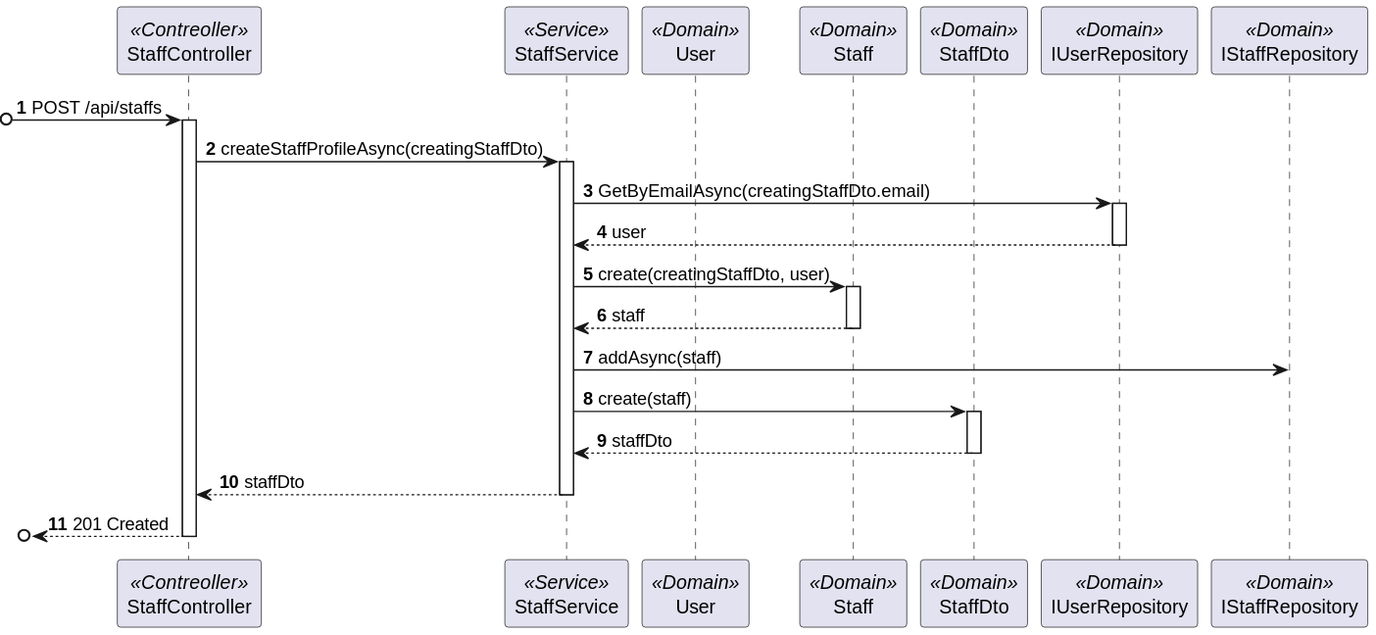
Before: docs/sprint-a/us-5.1.12/views/level3/process-view-2.svg, a diagram exported from PlantUML (1220846/sem5pi-24-25-3ddg20).
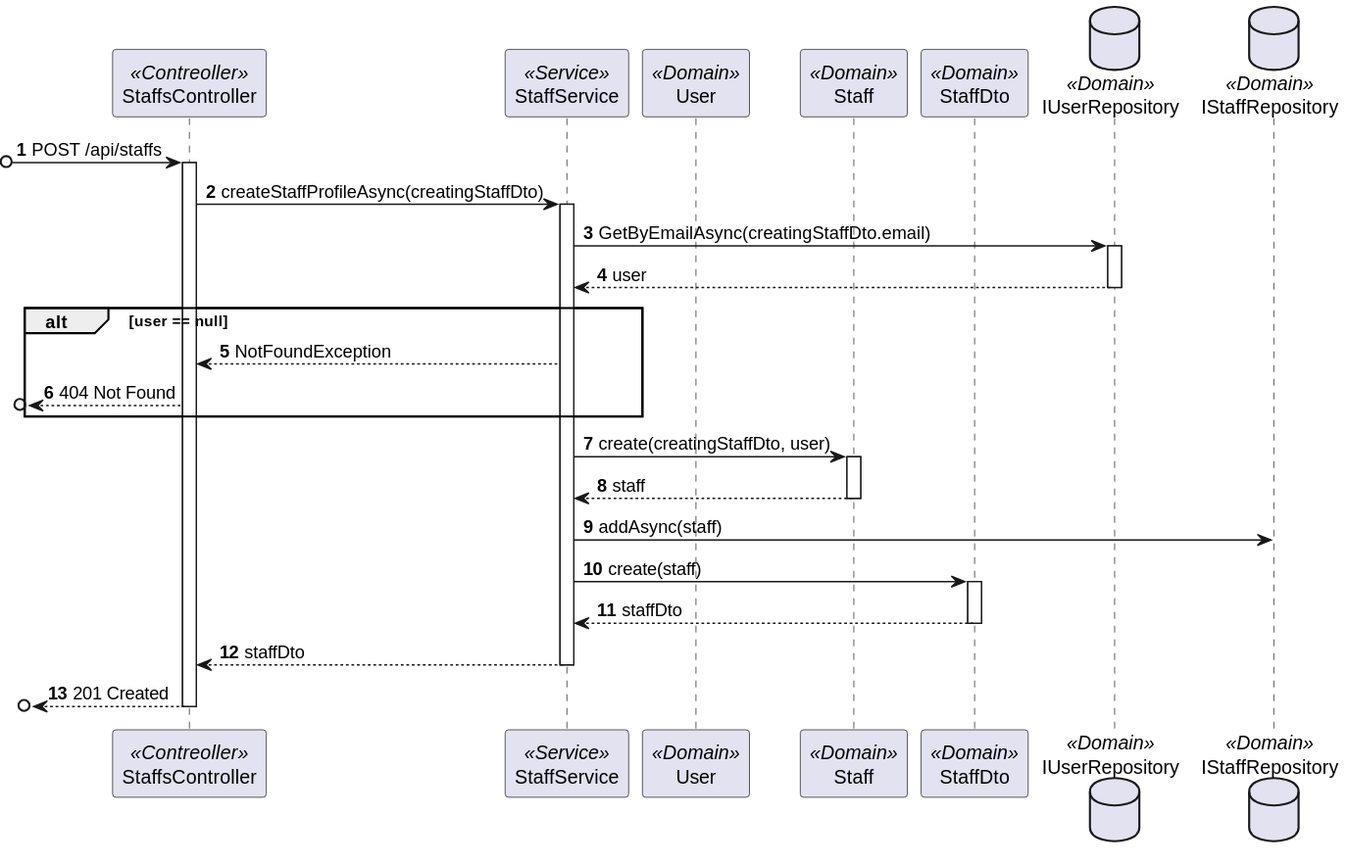
After the change.

Commit message:
#12 diagrams update (level 3)

What changed in the source:
```diff
@@ -1,13 +1,13 @@
 @startuml
 autonumber
 
-participant "StaffController" as Controller <<Contreoller>>
+participant "StaffsController" as Controller <<Contreoller>>
 participant "StaffService" as Service <<Service>>
 participant "User" as User <<Domain>>
 participant "Staff" as Staff <<Domain>>
 participant "StaffDto" as StaffDto <<Domain>>
-participant "IUserRepository" as UserRepository <<Domain>>
-participant "IStaffRepository" as StaffRepository <<Domain>>
+database "IUserRepository" as UserRepository <<Domain>>
+database "IStaffRepository" as StaffRepository <<Domain>>
 
 
 ?o-> Controller : POST /api/staffs
@@ -18,6 +18,10 @@
         activate UserRepository
             UserRepository --> Service : user
         deactivate UserRepository
+alt user == null
+        Service --> Controller : NotFoundException
+    ?o<-- Controller : 404 Not Found
+end alt
         Service -> Staff : create(creatingStaffDto, user)
         activate Staff
             Staff --> Service : staff
```
